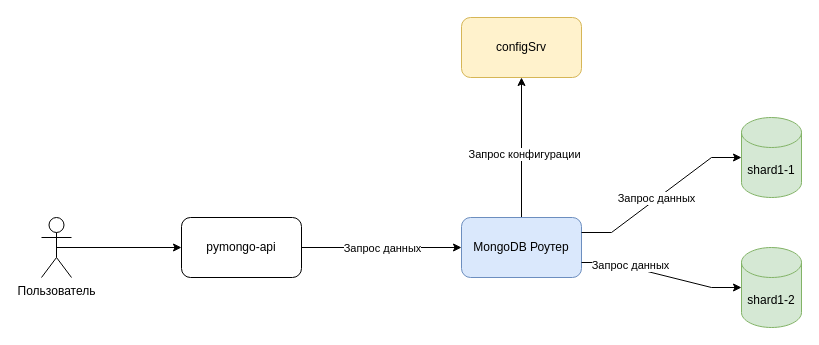
The draw.io diagram page "1. Шардирование" (2 of 6) of task1.drawio.xml in Kursor-nn/architecture-sprint-2, before the edit. Source tidied: cells renumbered, new cells numbered last; positions are measured from the earlier drawing's top-left corner, leaving out a move shared by most shapes. Both pictures are drawn from the tidied source at 100%, with x=0, y=0 at pixel (41, 17).
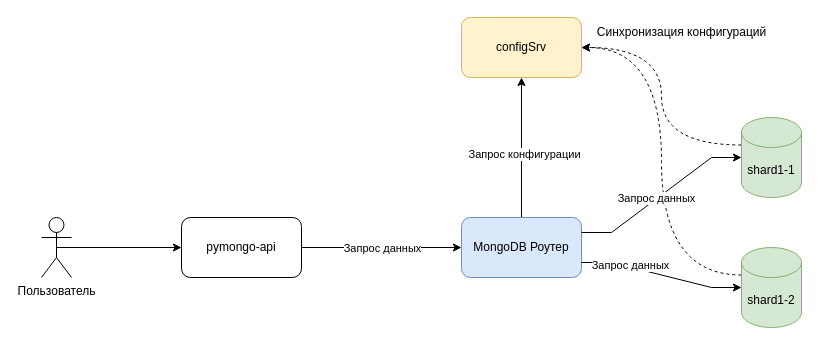
Above is the later version.

The change refers to these unchanged cells:
```xml
<mxCell id="2" value="shard1-1" style="shape=cylinder3;whiteSpace=wrap;html=1;boundedLbl=1;backgroundOutline=1;size=15;fillColor=#d5e8d4;strokeColor=#82b366;" parent="1" vertex="1">
  <mxGeometry x="700" y="100" width="60" height="80" as="geometry" />
</mxCell>
<mxCell id="9" value="configSrv" style="rounded=1;whiteSpace=wrap;html=1;fillColor=#fff2cc;strokeColor=#d6b656;" parent="1" vertex="1">
  <mxGeometry x="420" width="120" height="60" as="geometry" />
</mxCell>
<mxCell id="10" value="shard1-2" style="shape=cylinder3;whiteSpace=wrap;html=1;boundedLbl=1;backgroundOutline=1;size=15;fillColor=#d5e8d4;strokeColor=#82b366;" parent="1" vertex="1">
  <mxGeometry x="700" y="230" width="60" height="80" as="geometry" />
</mxCell>
```

The edit, as a diff of the source:
```diff
@@
+    <mxCell id="17" style="edgeStyle=orthogonalEdgeStyle;rounded=0;jettySize=auto;html=1;exitX=0;exitY=0;exitDx=0;exitDy=27.5;exitPerimeter=0;entryX=1;entryY=0.5;entryDx=0;entryDy=0;dashed=1;curved=1;" parent="1" edge="1" source="2" target="9">
+      <mxGeometry relative="1" as="geometry" />
+    </mxCell>
@@
+    <mxCell id="18" style="edgeStyle=orthogonalEdgeStyle;rounded=0;jettySize=auto;html=1;exitX=0;exitY=0;exitDx=0;exitDy=27.5;exitPerimeter=0;entryX=1;entryY=0.5;entryDx=0;entryDy=0;dashed=1;curved=1;" parent="1" edge="1" source="10" target="9">
+      <mxGeometry relative="1" as="geometry" />
+    </mxCell>
@@
+    <mxCell id="19" value="Синхронизация конфигураций" style="text;html=1;align=center;verticalAlign=middle;strokeColor=none;fillColor=none;" parent="1" vertex="1">
+      <mxGeometry x="540" width="200" height="30" as="geometry" />
+    </mxCell>
```
